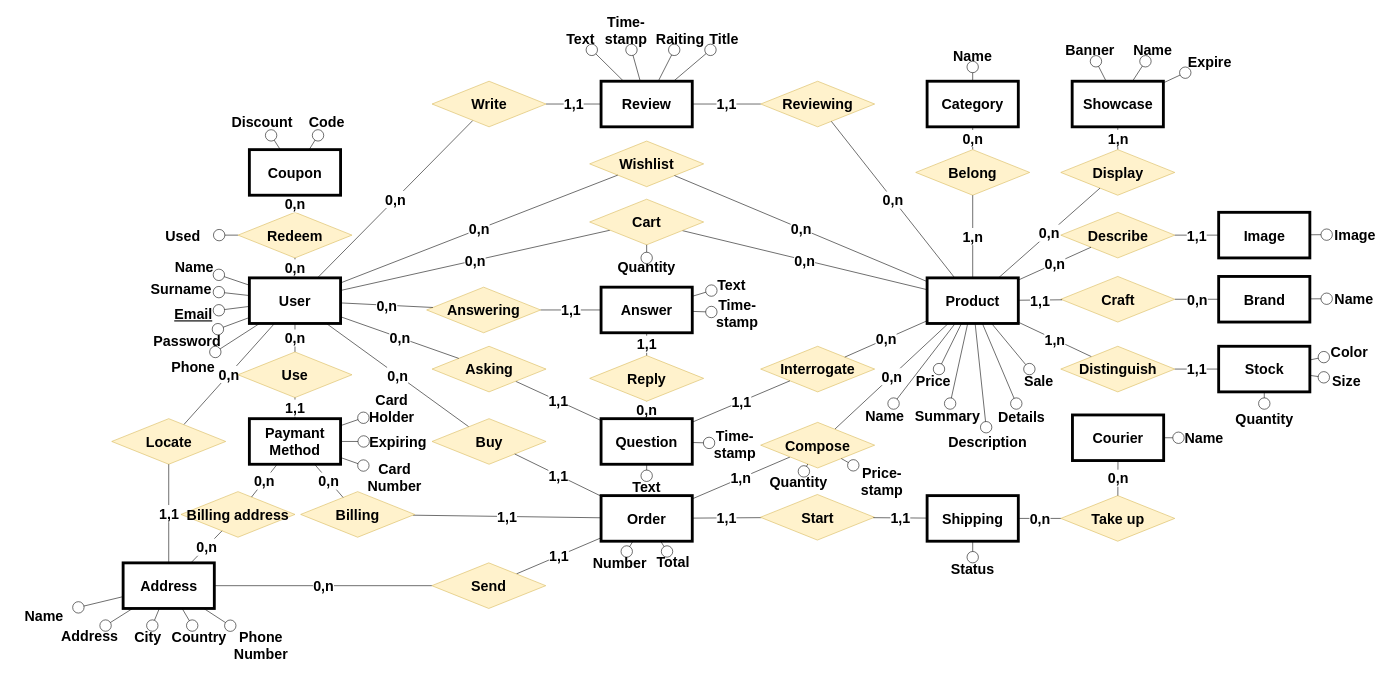
Coccio98/Tecnologie-del-web keeps this draw.io diagram as Tecnologie del web.drawio. Above is the earlier version. Source tidied: cells renumbered, new cells numbered last; positions are measured from the earlier drawing's top-left corner, leaving out a move shared by most shapes. Both pictures are drawn from the tidied source at 57%, with x=0, y=0 at pixel (10, 10).
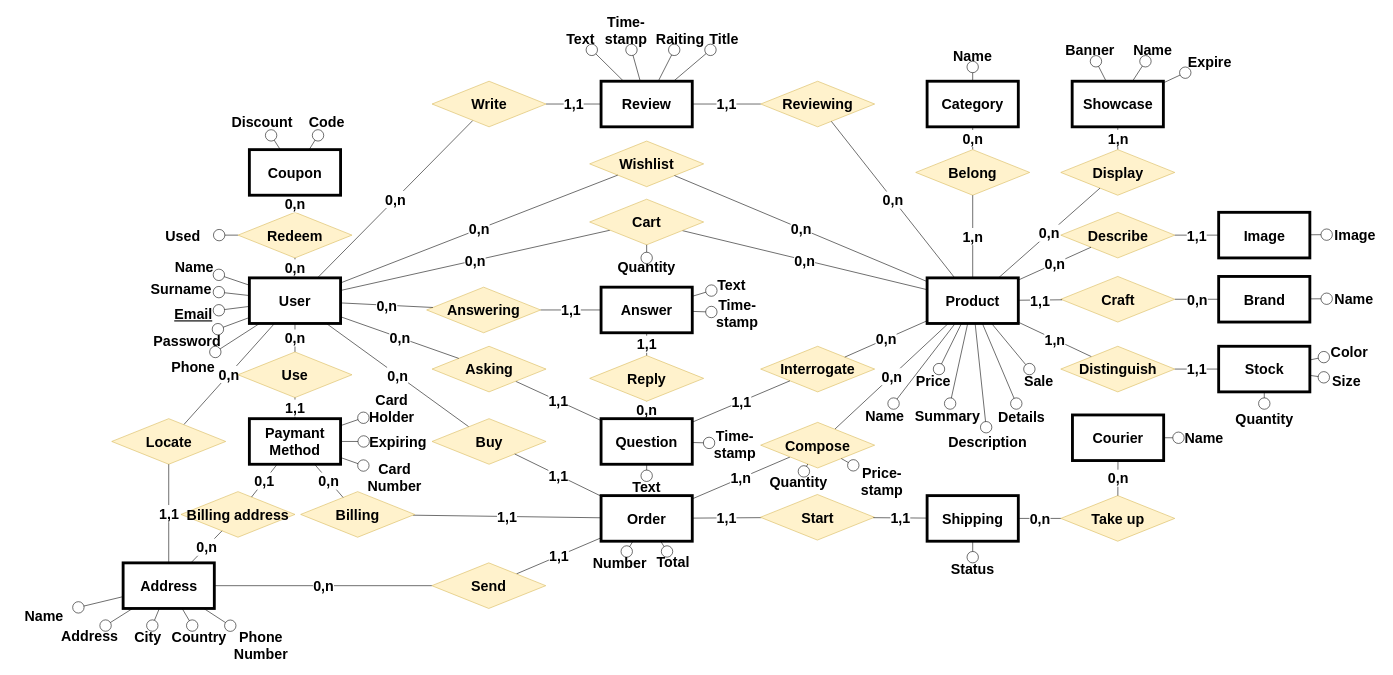
After the change.

The change refers to these unchanged cells:
```xml
<mxCell id="49" value="Billing address" style="rhombus;whiteSpace=wrap;html=1;fontSize=25;fontStyle=1;fillColor=#fff2cc;strokeColor=#d6b656;" parent="1" vertex="1">
  <mxGeometry x="300" y="845" width="200" height="80" as="geometry" />
</mxCell>
<mxCell id="73" value="Paymant Method" style="rounded=0;whiteSpace=wrap;html=1;fontSize=25;fontStyle=1;strokeWidth=5;" parent="1" vertex="1">
  <mxGeometry x="420" y="717" width="160" height="80" as="geometry" />
</mxCell>
```

Change to the diagram source:
```diff
@@
-    <mxCell id="50" value="0,n" style="endArrow=none;html=1;strokeColor=#000000;fontSize=25;fontColor=#000000;fontStyle=1;" parent="1" edge="1" source="49" target="73">
+    <mxCell id="50" value="0,1" style="endArrow=none;html=1;strokeColor=#000000;fontSize=25;fontColor=#000000;fontStyle=1;" parent="1" edge="1" source="49" target="73">
       <mxGeometry relative="1" as="geometry" />
     </mxCell>
```
